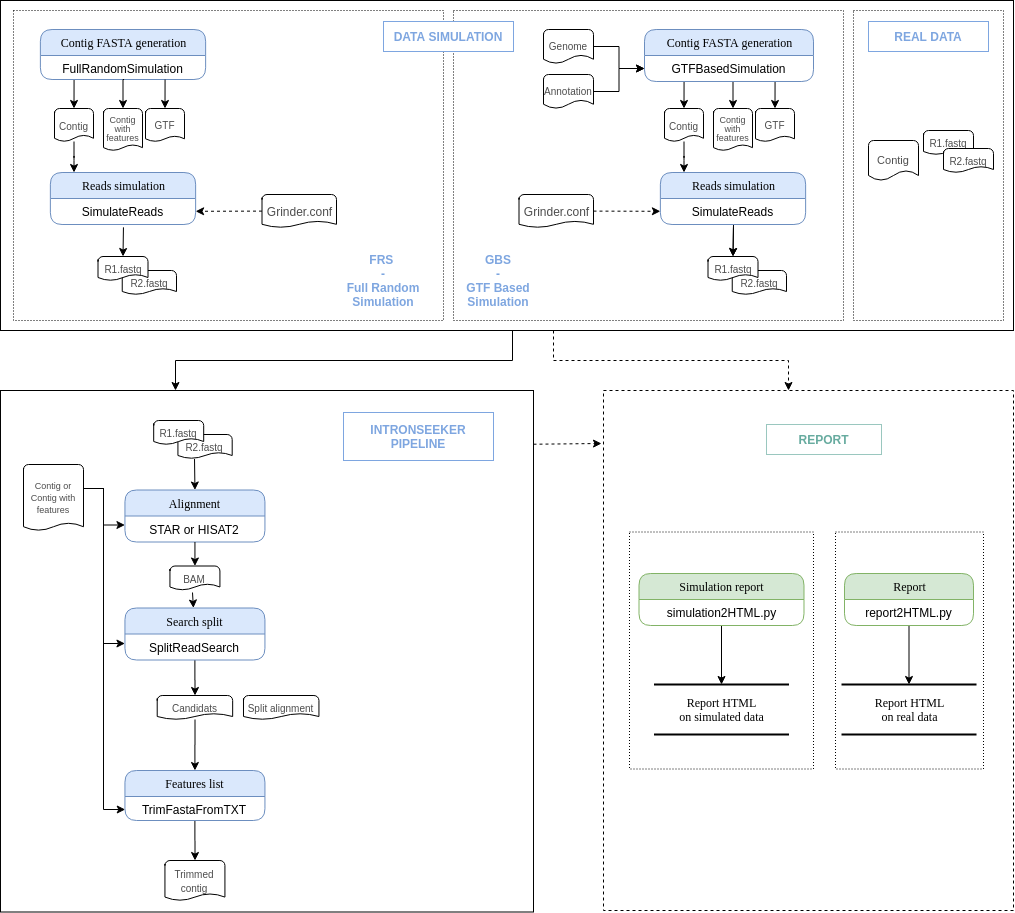
The draw.io diagram doc/IntronSeeker-workflow.png in Bios4Biol/intronSeeker, before a commit. Source tidied: cells renumbered, new cells last; positions are measured from the earlier drawing's top-left corner, leaving out a move shared by most shapes.
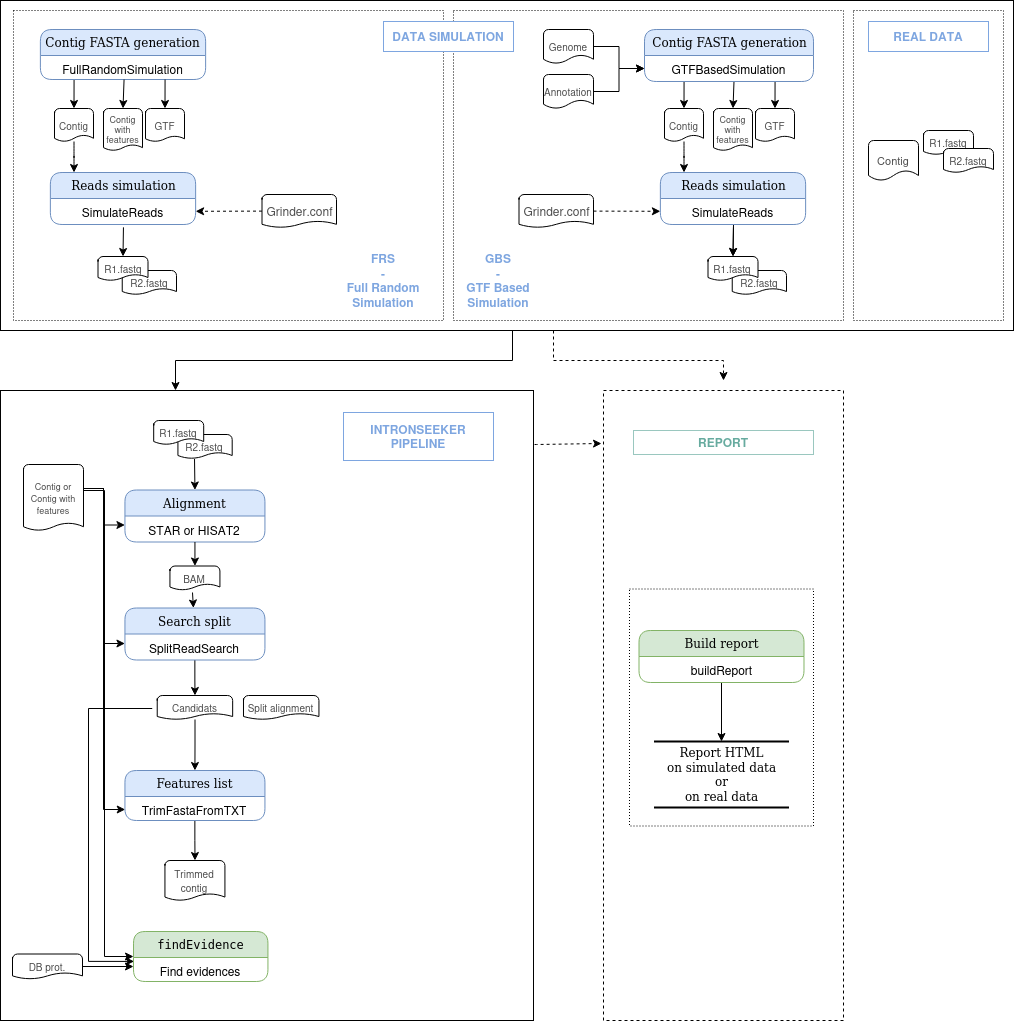
After the change.

What changed in the source:
```diff
@@ -3,21 +3,18 @@
     <mxCell id="0" />
     <mxCell id="1" parent="0" />
     <mxCell id="2" style="rounded=0;whiteSpace=wrap;html=1;strokeWidth=1;fontColor=#4D4D4D;dashed=1;" parent="1" vertex="1">
-      <mxGeometry x="603" y="390" width="410" height="520" as="geometry" />
+      <mxGeometry x="603" y="390" width="240" height="630" as="geometry" />
     </mxCell>
     <mxCell id="3" style="rounded=0;whiteSpace=wrap;html=1;strokeWidth=1;fontColor=#4D4D4D;spacing=0;dashed=1;dashPattern=1 2;" parent="1" vertex="1">
-      <mxGeometry x="629" y="531.5" width="184" height="237" as="geometry" />
+      <mxGeometry x="629" y="588.5" width="184" height="237" as="geometry" />
     </mxCell>
-    <mxCell id="4" style="rounded=0;whiteSpace=wrap;html=1;strokeWidth=1;fontColor=#4D4D4D;spacing=0;dashed=1;dashPattern=1 2;" parent="1" vertex="1">
-      <mxGeometry x="835" y="531.5" width="148" height="237" as="geometry" />
-    </mxCell>
     <mxCell id="5" style="endArrow=classic;html=1;entryX=0.5;entryY=0;entryDx=0;entryDy=0;entryPerimeter=0;rounded=0;" parent="1" edge="1" target="72">
       <mxGeometry relative="1" as="geometry">
         <mxPoint x="123" y="224" as="sourcePoint" />
       </mxGeometry>
     </mxCell>
     <mxCell id="6" value="&lt;b&gt;&lt;font color=&quot;#67ab9f&quot;&gt;REPORT&lt;/font&gt;&lt;br&gt;&lt;/b&gt;" style="text;html=1;align=center;verticalAlign=middle;whiteSpace=wrap;rounded=0;fillColor=#FFFFFF;strokeColor=#9AC7BF;" parent="1" vertex="1">
-      <mxGeometry x="766" y="424" width="115" height="30" as="geometry" />
+      <mxGeometry x="633" y="430" width="180" height="24" as="geometry" />
     </mxCell>
     <mxCell id="7" style="rounded=0;whiteSpace=wrap;html=1;strokeWidth=1;fontColor=#4D4D4D;" parent="1" vertex="1">
       <mxGeometry width="1013" height="330" as="geometry" />
@@ -41,7 +38,7 @@
       </mxGeometry>
     </mxCell>
     <mxCell id="11" style="rounded=0;whiteSpace=wrap;html=1;strokeWidth=1;fontColor=#4D4D4D;" parent="1" vertex="1">
-      <mxGeometry y="390" width="533" height="521.5" as="geometry" />
+      <mxGeometry y="390" width="533" height="630" as="geometry" />
     </mxCell>
     <mxCell id="12" style="rounded=0;whiteSpace=wrap;html=1;strokeWidth=1;fontColor=#4D4D4D;spacing=0;dashed=1;dashPattern=1 2;" parent="1" vertex="1">
       <mxGeometry x="13" y="10" width="430" height="310" as="geometry" />
@@ -75,12 +72,22 @@
     <mxCell id="21" value="&lt;font style=&quot;font-size: 10px&quot;&gt;R2.fastq&lt;/font&gt;" style="strokeWidth=1;html=1;shape=mxgraph.flowchart.document2;whiteSpace=wrap;size=0.25;fontColor=#4D4D4D;" parent="1" vertex="1">
       <mxGeometry x="943" y="148" width="50" height="24" as="geometry" />
     </mxCell>
-    <mxCell id="22" value="Report&amp;nbsp;HTML&lt;br&gt;on simulated data" style="html=1;rounded=0;shadow=0;comic=0;labelBackgroundColor=none;strokeWidth=2;fontFamily=Verdana;fontSize=12;align=center;shape=mxgraph.ios7ui.horLines;" parent="1" vertex="1">
-      <mxGeometry x="653.5" y="684" width="135" height="50" as="geometry" />
+    <mxCell id="22" value="Report&amp;nbsp;HTML&lt;br&gt;&lt;div&gt;on simulated data&lt;/div&gt;&lt;div&gt;or &lt;br&gt;&lt;/div&gt;&lt;div&gt;on real data&lt;br&gt;&lt;/div&gt;" style="html=1;rounded=0;shadow=0;comic=0;labelBackgroundColor=none;strokeWidth=2;fontFamily=Verdana;fontSize=12;align=center;shape=mxgraph.ios7ui.horLines;" parent="1" vertex="1">
+      <mxGeometry x="653.5" y="741" width="135" height="66" as="geometry" />
     </mxCell>
     <mxCell id="23" style="edgeStyle=orthogonalEdgeStyle;rounded=0;jettySize=auto;html=1;fontSize=10;fontColor=#4D4D4D;entryX=0.5;entryY=0;entryDx=0;entryDy=0;" parent="1" edge="1" source="24" target="59">
       <mxGeometry relative="1" as="geometry" />
     </mxCell>
+    <mxCell id="94" style="edgeStyle=orthogonalEdgeStyle;rounded=0;orthogonalLoop=1;jettySize=auto;html=1;exitX=0;exitY=0.5;exitDx=0;exitDy=0;exitPerimeter=0;entryX=0.012;entryY=0.162;entryDx=0;entryDy=0;entryPerimeter=0;" parent="1" edge="1">
+      <mxGeometry relative="1" as="geometry">
+        <mxPoint x="151.7" y="708" as="sourcePoint" />
+        <mxPoint x="133.6" y="960.9" as="targetPoint" />
+        <Array as="points">
+          <mxPoint x="88" y="708" />
+          <mxPoint x="88" y="961" />
+        </Array>
+      </mxGeometry>
+    </mxCell>
     <mxCell id="24" value="&lt;font style=&quot;font-size: 10px&quot;&gt;Candidats&lt;/font&gt;" style="strokeWidth=1;html=1;shape=mxgraph.flowchart.document2;whiteSpace=wrap;size=0.25;fontColor=#4D4D4D;" parent="1" vertex="1">
       <mxGeometry x="156.7" y="695" width="75.5" height="24" as="geometry" />
     </mxCell>
@@ -149,15 +156,10 @@
     <mxCell id="42" style="edgeStyle=orthogonalEdgeStyle;rounded=0;jettySize=auto;html=1;fontSize=10;fontColor=#4D4D4D;" parent="1" edge="1" source="52" target="22">
       <mxGeometry relative="1" as="geometry" />
     </mxCell>
-    <mxCell id="43" value="Report&amp;nbsp;HTML&lt;br&gt;on real data" style="html=1;rounded=0;shadow=0;comic=0;labelBackgroundColor=none;strokeWidth=2;fontFamily=Verdana;fontSize=12;align=center;shape=mxgraph.ios7ui.horLines;" parent="1" vertex="1">
-      <mxGeometry x="841" y="684" width="135" height="50" as="geometry" />
-    </mxCell>
-    <mxCell id="44" style="edgeStyle=orthogonalEdgeStyle;rounded=0;jettySize=auto;html=1;fontSize=10;fontColor=#4D4D4D;" parent="1" edge="1" source="50" target="43">
-      <mxGeometry relative="1" as="geometry" />
-    </mxCell>
-    <mxCell id="45" style="edgeStyle=orthogonalEdgeStyle;rounded=0;jettySize=auto;html=1;dashed=1;" parent="1" edge="1" target="2">
+    <mxCell id="45" style="edgeStyle=orthogonalEdgeStyle;rounded=0;orthogonalLoop=1;jettySize=auto;html=1;dashed=1;" parent="1" edge="1">
       <mxGeometry relative="1" as="geometry">
         <mxPoint x="553" y="330" as="sourcePoint" />
+        <mxPoint x="723" y="380" as="targetPoint" />
         <Array as="points">
           <mxPoint x="553" y="330" />
           <mxPoint x="553" y="360" />
@@ -182,16 +184,10 @@
     <mxCell id="49" value="SplitReadSearch" style="text;html=1;strokeColor=none;fillColor=none;spacingLeft=4;spacingRight=4;whiteSpace=wrap;overflow=hidden;points=[[0,0.5],[1,0.5]];portConstraint=eastwest;align=center;" parent="48" vertex="1">
       <mxGeometry y="26" width="140" height="18" as="geometry" />
     </mxCell>
-    <mxCell id="50" value="Report" style="swimlane;html=1;fontStyle=0;horizontal=1;startSize=26;swimlaneFillColor=#ffffff;align=center;rounded=1;shadow=0;comic=0;labelBackgroundColor=none;strokeWidth=1;fontFamily=Verdana;fontSize=12;fillColor=#d5e8d4;strokeColor=#82b366;" parent="1" vertex="1">
-      <mxGeometry x="844" y="573" width="129" height="52" as="geometry" />
-    </mxCell>
-    <mxCell id="51" value="report2HTML.py" style="text;html=1;strokeColor=none;fillColor=none;spacingLeft=4;spacingRight=4;whiteSpace=wrap;overflow=hidden;align=center;" parent="50" vertex="1">
-      <mxGeometry y="26" width="129" height="18" as="geometry" />
-    </mxCell>
-    <mxCell id="52" value="Simulation report" style="swimlane;html=1;fontStyle=0;horizontal=1;startSize=26;swimlaneFillColor=#ffffff;align=center;rounded=1;shadow=0;comic=0;labelBackgroundColor=none;strokeWidth=1;fontFamily=Verdana;fontSize=12;fillColor=#d5e8d4;strokeColor=#82b366;" parent="1" vertex="1">
-      <mxGeometry x="638.5" y="573" width="165" height="52" as="geometry" />
+    <mxCell id="52" value="Build report" style="swimlane;html=1;fontStyle=0;horizontal=1;startSize=26;swimlaneFillColor=#ffffff;align=center;rounded=1;shadow=0;comic=0;labelBackgroundColor=none;strokeWidth=1;fontFamily=Verdana;fontSize=12;fillColor=#d5e8d4;strokeColor=#82b366;" parent="1" vertex="1">
+      <mxGeometry x="638.5" y="630" width="165" height="52" as="geometry" />
     </mxCell>
-    <mxCell id="53" value="simulation2HTML.py" style="text;html=1;strokeColor=none;fillColor=none;spacingLeft=4;spacingRight=4;whiteSpace=wrap;overflow=hidden;align=center;" parent="52" vertex="1">
+    <mxCell id="53" value="buildReport" style="text;html=1;strokeColor=none;fillColor=none;spacingLeft=4;spacingRight=4;whiteSpace=wrap;overflow=hidden;align=center;" parent="52" vertex="1">
       <mxGeometry y="26" width="165" height="18" as="geometry" />
     </mxCell>
     <mxCell id="54" value="&lt;font color=&quot;#7ea6e0&quot;&gt;&lt;b&gt;INTRONSEEKER&lt;br&gt;PIPELINE&lt;br&gt;&lt;/b&gt;&lt;/font&gt;" style="text;html=1;align=center;verticalAlign=middle;whiteSpace=wrap;rounded=0;fillColor=#FFFFFF;strokeColor=#7EA6E0;" parent="1" vertex="1">
@@ -336,5 +332,27 @@
     <mxCell id="93" value="GTFBasedSimulation&lt;span style=&quot;font-family: monospace ; font-size: 0px&quot;&gt;%3CmxGraphModel%3E%3Croot%3E%3CmxCell%20id%3D%220%22%2F%3E%3CmxCell%20id%3D%221%22%20parent%3D%220%22%2F%3E%3CmxCell%20id%3D%222%22%20value%3D%22FASTA%22%20style%3D%22strokeWidth%3D1%3Bhtml%3D1%3Bshape%3Dmxgraph.flowchart.document2%3BwhiteSpace%3Dwrap%3Bsize%3D0.25%3BfontColor%3D%234D4D4D%3B%22%20vertex%3D%221%22%20parent%3D%221%22%3E%3CmxGeometry%20x%3D%22636.13%22%20y%3D%22325%22%20width%3D%2259.12%22%20height%3D%2230%22%20as%3D%22geometry%22%2F%3E%3C%2FmxCell%3E%3C%2Froot%3E%3C%2FmxGraphModel%3E&lt;/span&gt;" style="text;html=1;strokeColor=none;fillColor=none;spacingLeft=4;spacingRight=4;whiteSpace=wrap;overflow=hidden;points=[[0,0.5],[1,0.5]];portConstraint=eastwest;align=center;" parent="92" vertex="1">
       <mxGeometry y="26" width="169" height="26" as="geometry" />
     </mxCell>
+    <mxCell id="95" value="&lt;code&gt;findEvidence&lt;/code&gt;" style="swimlane;html=1;fontStyle=0;horizontal=1;startSize=26;swimlaneFillColor=#ffffff;align=center;rounded=1;shadow=0;comic=0;labelBackgroundColor=none;strokeWidth=1;fontFamily=Verdana;fontSize=12;fillColor=#d5e8d4;strokeColor=#82b366;" parent="1" vertex="1">
+      <mxGeometry x="133" y="931" width="134.4" height="50" as="geometry" />
+    </mxCell>
+    <mxCell id="96" value="Find evidences" style="text;html=1;strokeColor=none;fillColor=none;spacingLeft=4;spacingRight=4;whiteSpace=wrap;overflow=hidden;points=[[0,0.5],[1,0.5]];portConstraint=eastwest;align=center;" parent="95" vertex="1">
+      <mxGeometry y="26" width="134.4" height="18" as="geometry" />
+    </mxCell>
+    <mxCell id="97" style="edgeStyle=orthogonalEdgeStyle;rounded=0;jettySize=auto;html=1;entryX=0;entryY=0.5;entryDx=0;entryDy=0;" parent="1" edge="1" target="95">
+      <mxGeometry relative="1" as="geometry">
+        <mxPoint x="83" y="490" as="sourcePoint" />
+        <Array as="points">
+          <mxPoint x="84" y="490" />
+          <mxPoint x="104" y="490" />
+          <mxPoint x="104" y="956" />
+        </Array>
+      </mxGeometry>
+    </mxCell>
+    <mxCell id="98" style="edgeStyle=orthogonalEdgeStyle;rounded=0;jettySize=auto;html=1;entryX=0;entryY=0.5;entryDx=0;entryDy=0;fontSize=10;" parent="1" edge="1" source="99" target="96">
+      <mxGeometry relative="1" as="geometry" />
+    </mxCell>
+    <mxCell id="99" value="&lt;font style=&quot;font-size: 10px;&quot;&gt;DB prot.&lt;br&gt;&lt;/font&gt;" style="strokeWidth=1;html=1;shape=mxgraph.flowchart.document2;whiteSpace=wrap;size=0.25;fontColor=#4D4D4D;" parent="1" vertex="1">
+      <mxGeometry x="12" y="953.5" width="70" height="25" as="geometry" />
+    </mxCell>
   </root>
 </mxGraphModel>
```
